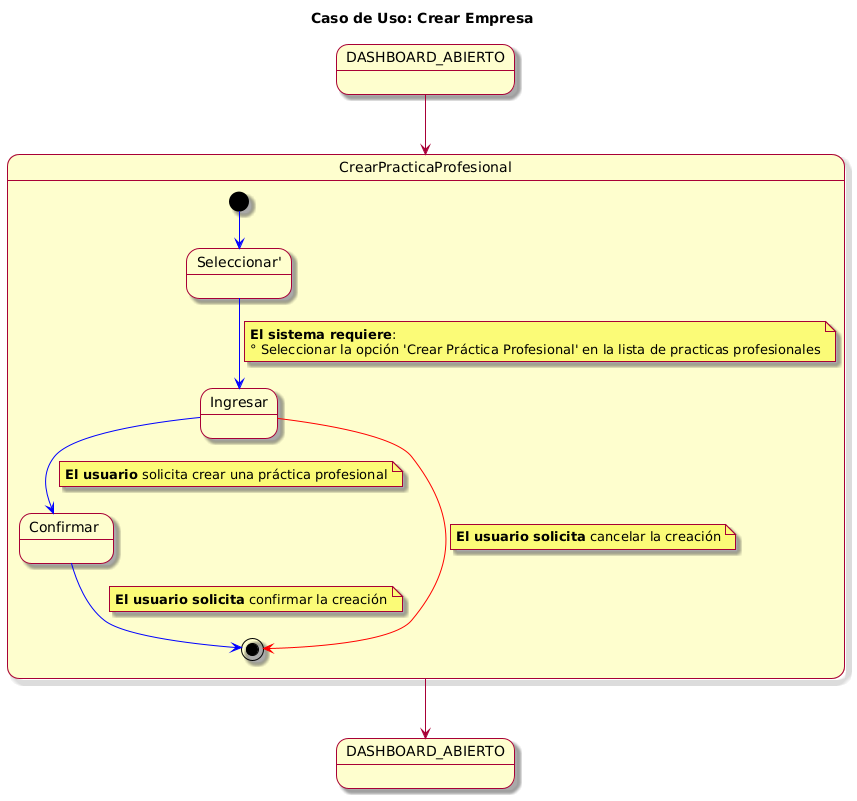
The PlantUML diagram digrams/img/CasosDeUsoDetallados/PracticasProfesionales/cduCrearPractica.png in MRSergio21/CemuUNEAT-Documentacion, before a commit.
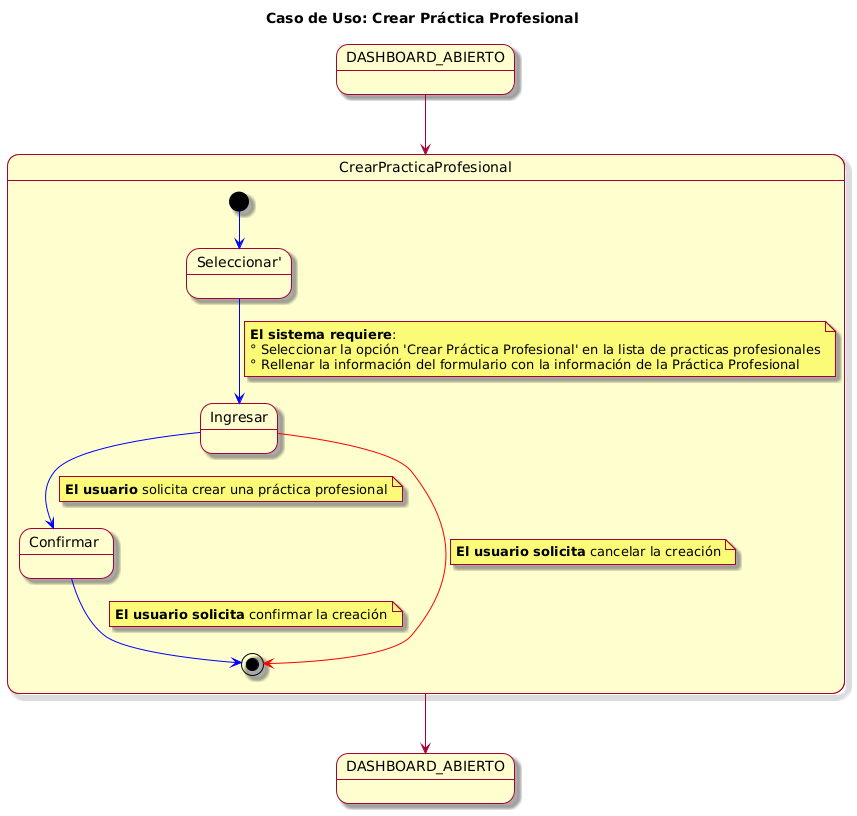
After the change.

Change to the diagram source:
```diff
@@ -1,6 +1,6 @@
 @startuml
 skin rose
-title Caso de Uso: Crear Empresa
+title Caso de Uso: Crear Práctica Profesional
 
 state "DASHBOARD_ABIERTO" as DASHBOARD_ABIERTO2
 
@@ -14,6 +14,7 @@
   note on link
     **El sistema requiere**:
     ° Seleccionar la opción 'Crear Práctica Profesional' en la lista de practicas profesionales
+    ° Rellenar la información del formulario con la información de la Práctica Profesional
   end note
   state "Ingresar" as ingresarDetallesPractica
   ingresarDetallesPractica -[#blue]-> confirmarCreacionPractica
```
